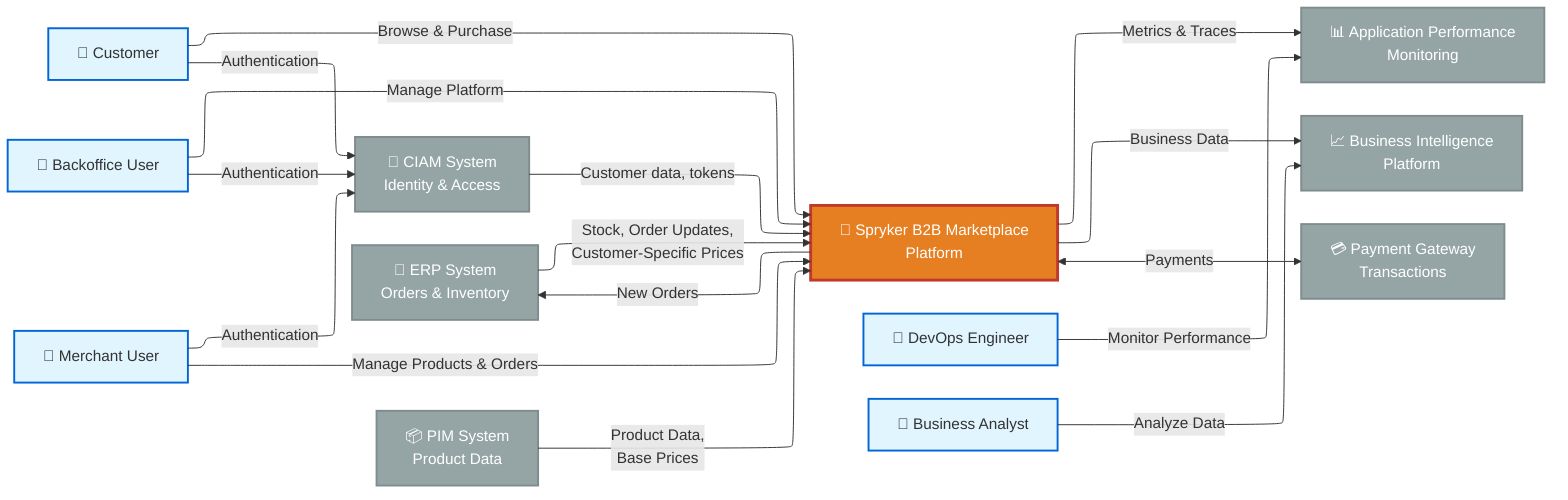
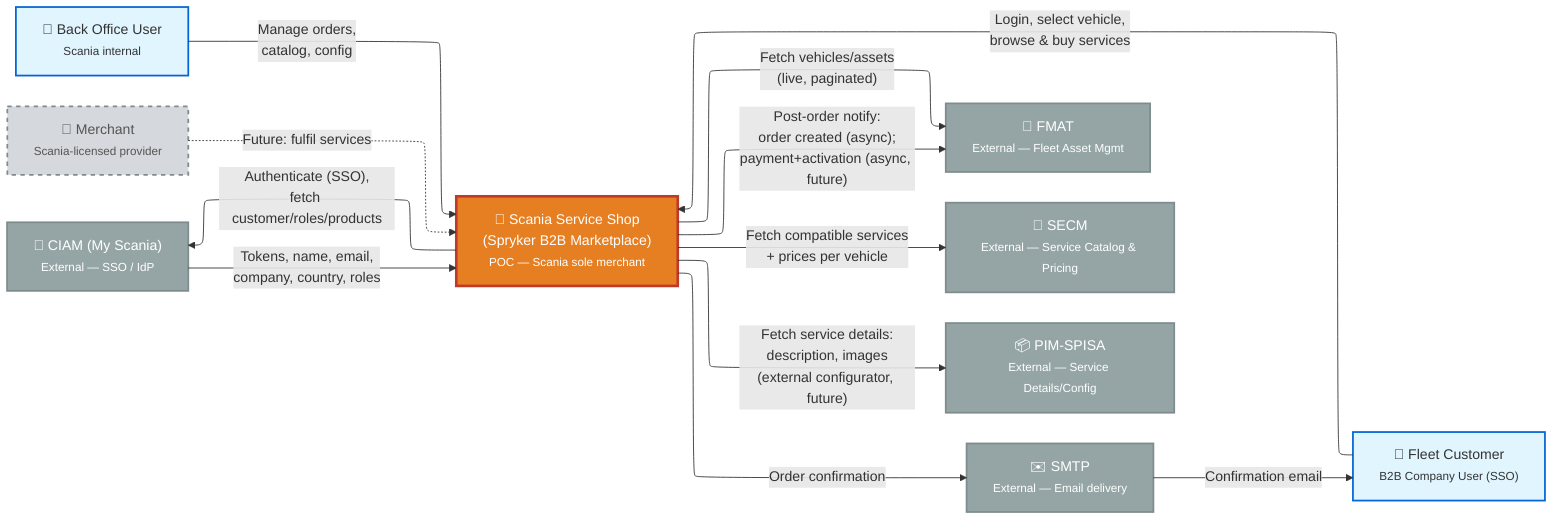
---
config:
  layout: elk
---
flowchart LR
-     Customer["👤 Customer"] -- Browse & Purchase --> Spryker["🛒 Spryker B2B Marketplace<br>Platform"]
-     BackofficeUser["👤 Backoffice User"] -- Manage Platform --> Spryker
-     MerchantUser["👤 Merchant User"] -- Manage Products & Orders --> Spryker
-     DevOpsEngineer["👤 DevOps Engineer"] -- Monitor Performance --> APM["📊 Application Performance<br>Monitoring"]
-     BusinessAnalyst["👤 Business Analyst"] -- Analyze Data --> BI["📈 Business Intelligence<br>Platform"]
-     Customer -- Authentication --> CIAM["🔐 CIAM System<br>Identity &amp; Access"]
-     BackofficeUser -- Authentication --> CIAM
-     MerchantUser -- Authentication --> CIAM
-     Spryker -- New Orders --> ERP["💾 ERP System<br>Orders &amp; Inventory"]
-     PIM["📦 PIM System<br>Product Data"] -- Product Data,<br>Base Prices --> Spryker
-     Spryker <-- Payments --> Payment["💳 Payment Gateway<br>Transactions"]
-     CIAM -- Customer data, tokens --> Spryker
-     ERP -- Stock, Order Updates,<br>Customer-Specific Prices --> Spryker
-     Spryker -- Metrics & Traces --> APM
-     Spryker -- Business Data --> BI
+     FleetCustomer["👤 Fleet Customer<br><small>B2B Company User (SSO)</small>"] -- Login, select vehicle,<br>browse & buy services --> Spryker["🛒 Scania Service Shop<br>(Spryker B2B Marketplace)<br><small>POC — Scania sole merchant</small>"]
+     BackOfficeUser["👤 Back Office User<br><small>Scania internal</small>"] -- Manage orders,<br>catalog, config --> Spryker
+     Merchant["👤 Merchant<br><small>Scania-licensed provider</small>"] -. Future: fulfil services .-> Spryker

-     Customer:::userStyle
+     Spryker -- Authenticate (SSO),<br>fetch customer/roles/products --> CIAM["🔐 CIAM (My Scania)<br><small>External — SSO / IdP</small>"]
+     CIAM -- Tokens, name, email,<br>company, country, roles --> Spryker
+     Spryker -- Fetch vehicles/assets<br>(live, paginated) --> FMAT["🚚 FMAT<br><small>External — Fleet Asset Mgmt</small>"]
+     Spryker -- Post-order notify:<br>order created (async);<br>payment+activation (async, future) --> FMAT
+     Spryker -- Fetch compatible services<br>+ prices per vehicle --> SECM["🧰 SECM<br><small>External — Service Catalog & Pricing</small>"]
+     Spryker -- Fetch service details:<br>description, images<br>(external configurator, future) --> PIMSPISA["📦 PIM-SPISA<br><small>External — Service Details/Config</small>"]
+     Spryker -- Order confirmation --> SMTP["✉️ SMTP<br><small>External — Email delivery</small>"]
+     SMTP -- Confirmation email --> FleetCustomer
+ 
+     FleetCustomer:::userStyle
+     BackOfficeUser:::userStyle
+     Merchant:::futureStyle
    Spryker:::systemStyle
-     BackofficeUser:::userStyle
-     MerchantUser:::userStyle
-     DevOpsEngineer:::userStyle
-     APM:::externalStyle
-     BusinessAnalyst:::userStyle
-     BI:::externalStyle
    CIAM:::externalStyle
-     ERP:::externalStyle
-     PIM:::externalStyle
-     Payment:::externalStyle
+     FMAT:::externalStyle
+     SECM:::externalStyle
+     PIMSPISA:::externalStyle
+     SMTP:::externalStyle
    classDef userStyle fill:#e1f5ff,stroke:#0366d6,stroke-width:2px
    classDef systemStyle fill:#E67E22,stroke:#c0392b,stroke-width:3px,color:#fff
-     classDef externalStyle fill:#95A5A6,stroke:#7f8c8d,stroke-width:2px,color:#fff+     classDef externalStyle fill:#95A5A6,stroke:#7f8c8d,stroke-width:2px,color:#fff
+     classDef futureStyle fill:#d5d8dc,stroke:#7f8c8d,stroke-width:2px,stroke-dasharray:5 5,color:#555
